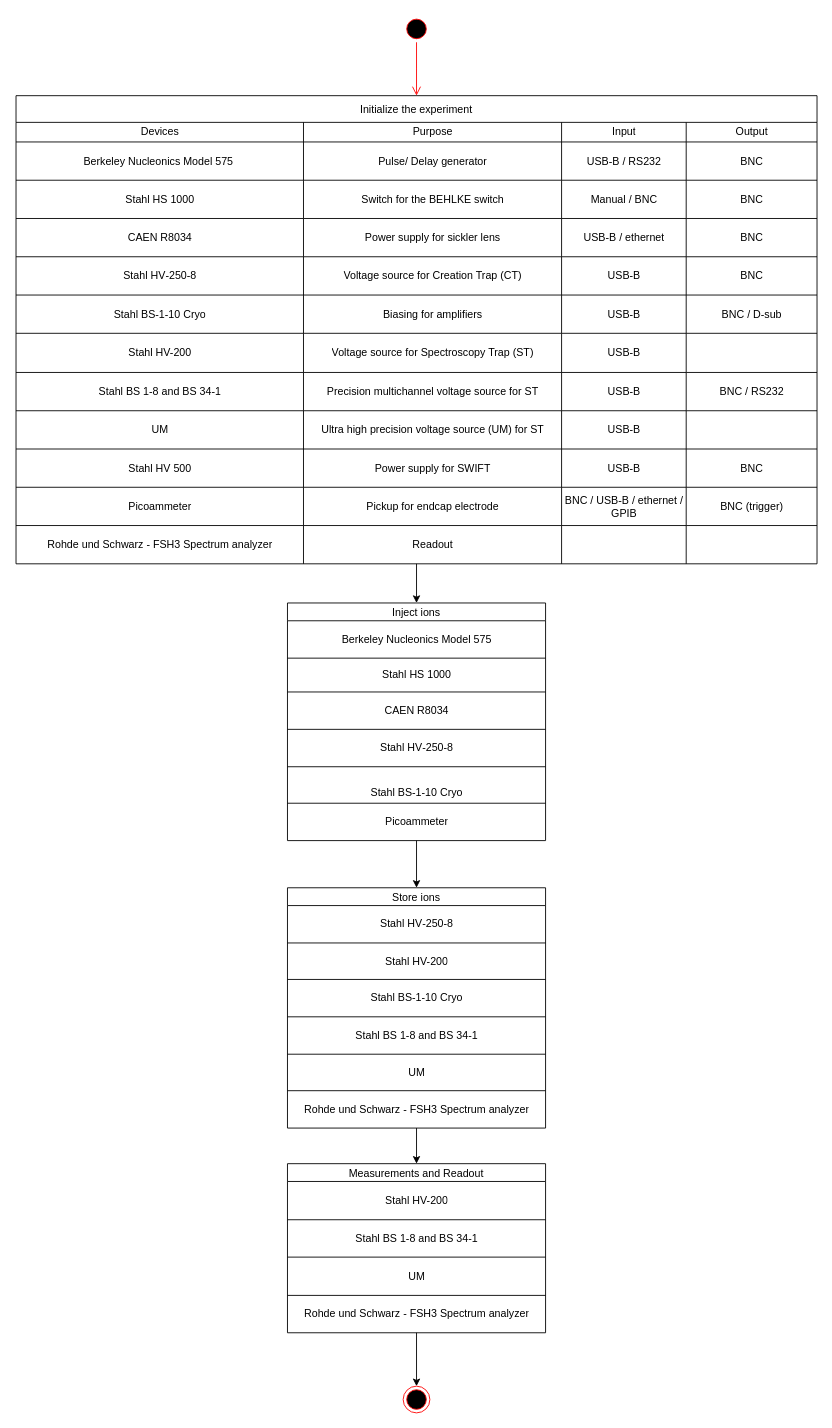
Before: flowchart_main.drawio in admin-ARTEMIS/ARTEMIS, a draw.io diagram. Source tidied: cells renumbered, new cells numbered last; positions are measured from the earlier drawing's top-left corner, leaving out a move shared by most shapes. Both pictures are drawn from the tidied source at 89%, with x=0, y=0 at pixel (16, 15).
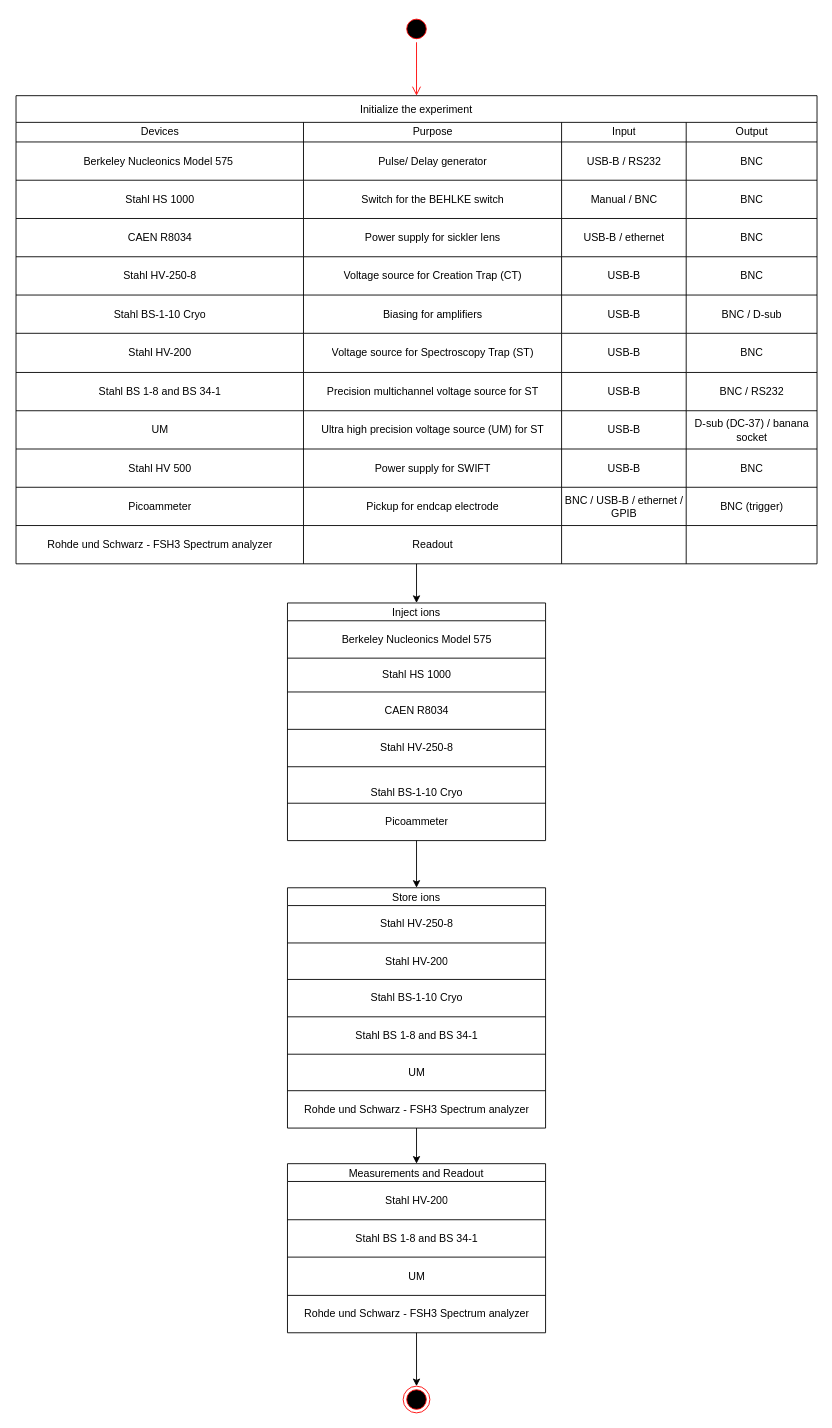
Above is the later version.

Unchanged cells that the change refers to:
```xml
<mxCell id="36" style="shape=tableRow;horizontal=0;startSize=0;swimlaneHead=0;swimlaneBody=0;strokeColor=inherit;top=0;left=0;bottom=0;right=0;fillColor=none;" parent="5" vertex="1">
  <mxGeometry y="267" width="900" height="44" as="geometry" />
</mxCell>
<mxCell id="46" style="shape=tableRow;horizontal=0;startSize=0;swimlaneHead=0;swimlaneBody=0;strokeColor=inherit;top=0;left=0;bottom=0;right=0;fillColor=none;" parent="5" vertex="1">
  <mxGeometry y="354" width="900" height="43" as="geometry" />
</mxCell>
```

Diff of the diagram source:
```diff
@@
-    <mxCell id="40" style="shape=partialRectangle;html=1;whiteSpace=wrap;strokeColor=inherit;overflow=hidden;fillColor=none;top=0;left=0;bottom=0;right=0;" parent="36" vertex="1">
+    <mxCell id="40" value="BNC" style="shape=partialRectangle;html=1;whiteSpace=wrap;strokeColor=inherit;overflow=hidden;fillColor=none;top=0;left=0;bottom=0;right=0;" parent="36" vertex="1">
       <mxGeometry x="753" width="147" height="44" as="geometry" />
     </mxCell>
@@
-    <mxCell id="50" style="shape=partialRectangle;html=1;whiteSpace=wrap;strokeColor=inherit;overflow=hidden;fillColor=none;top=0;left=0;bottom=0;right=0;" parent="46" vertex="1">
+    <mxCell id="50" value="D-sub (DC-37) / banana socket" style="shape=partialRectangle;html=1;whiteSpace=wrap;strokeColor=inherit;overflow=hidden;fillColor=none;top=0;left=0;bottom=0;right=0;" parent="46" vertex="1">
       <mxGeometry x="753" width="147" height="43" as="geometry" />
     </mxCell>
```
